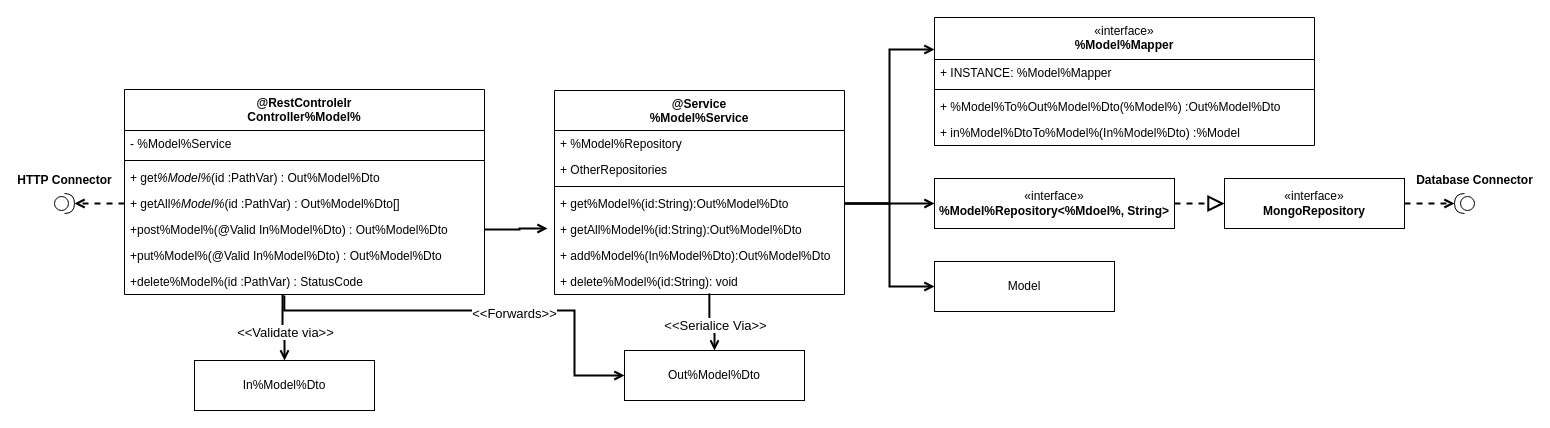
This is docs/source/pic/MCV_Class.drawio from Patrick112233/Ro-Co, a draw.io file, before an edit. Source tidied: cells renumbered, new cells numbered last; positions are measured from the earlier drawing's top-left corner, leaving out a move shared by most shapes. Both pictures are drawn from the tidied source at 100%, with x=0, y=0 at pixel (24, 17).
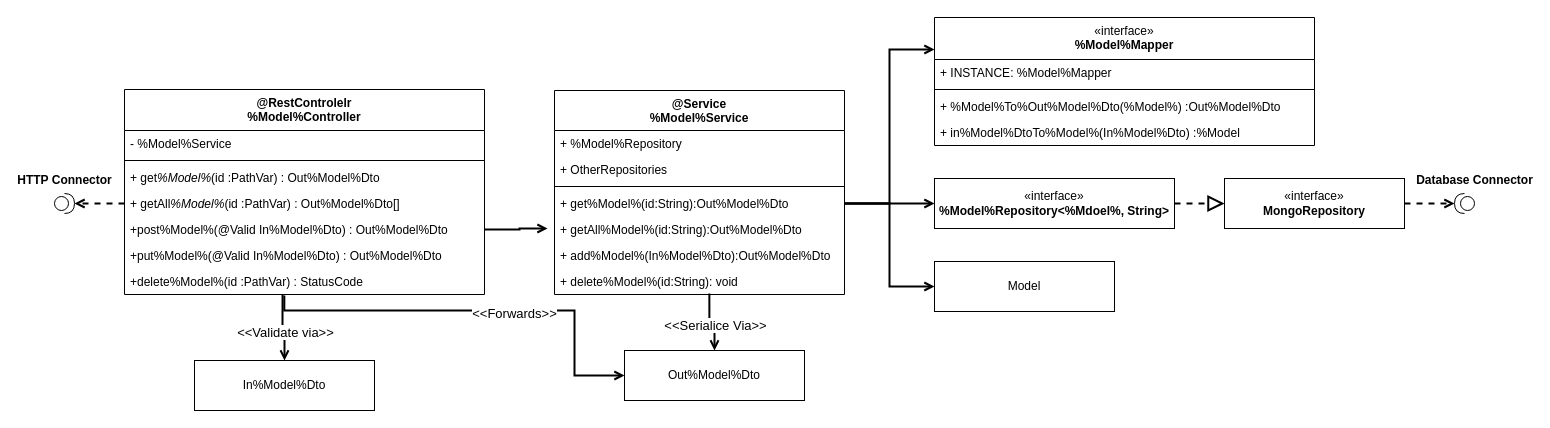
The same diagram, later.

Diff of the diagram source:
```diff
@@
-    <mxCell id="2" value="@RestControlelr&lt;br&gt;Controller%Model%" style="swimlane;fontStyle=1;align=center;verticalAlign=top;horizontal=1;startSize=41;whiteSpace=wrap;html=1;" parent="1" vertex="1">
+    <mxCell id="2" value="@RestControlelr&lt;br&gt;%Model%Controller" style="swimlane;fontStyle=1;align=center;verticalAlign=top;horizontal=1;startSize=41;whiteSpace=wrap;html=1;" parent="1" vertex="1">
       <mxGeometry x="100" y="72" width="360" height="205" as="geometry" />
     </mxCell>
```
